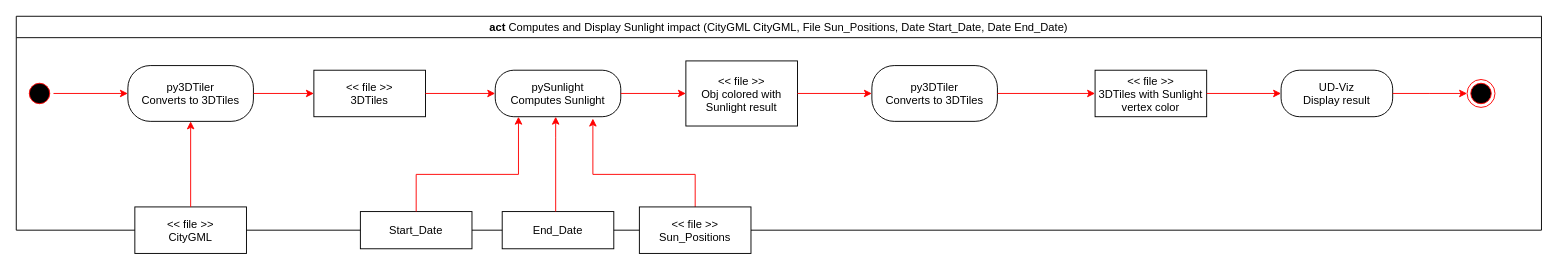
This is page "Milestone 2" (3 of 4) of docs/Pipeline_Activity_Chart.drawio from VCityTeam/pySunlight, a draw.io file, before an edit. Source tidied: cells renumbered, new cells numbered last; positions are measured from the earlier drawing's top-left corner, leaving out a move shared by most shapes. Both pictures are drawn from the tidied source at 93%, with x=0, y=0 at pixel (16, 16).
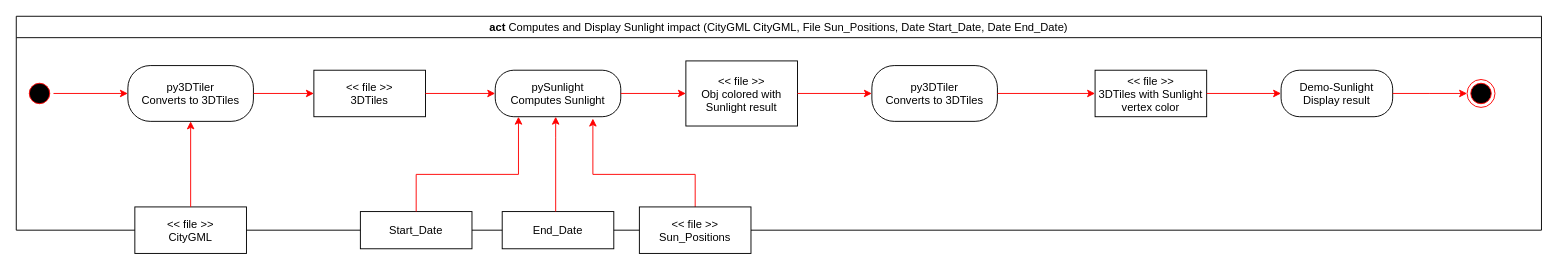
Above is the later version.

Commit message (it also covers changes not shown here):
Update pipeline with UD-Viz replace by Demo-Sunlight

The change refers to these unchanged cells:
```xml
<mxCell id="2" value="act&lt;span style=&quot;font-weight: normal;&quot;&gt; Computes and Display Sunlight impact (CityGML CityGML, File Sun_Positions, Date Start_Date, Date End_Date)&lt;/span&gt;" style="swimlane;whiteSpace=wrap;html=1;" parent="1" vertex="1">
  <mxGeometry width="1640" height="230" as="geometry" />
</mxCell>
```

What changed in the source:
```diff
@@
-    <mxCell id="15" value="UD-Viz&#10;Display result" style="rounded=1;arcSize=40;" parent="2" vertex="1">
+    <mxCell id="15" value="Demo-Sunlight&#10;Display result" style="rounded=1;arcSize=40;" parent="2" vertex="1">
       <mxGeometry x="1360" y="58" width="120" height="50" as="geometry" />
     </mxCell>
```
